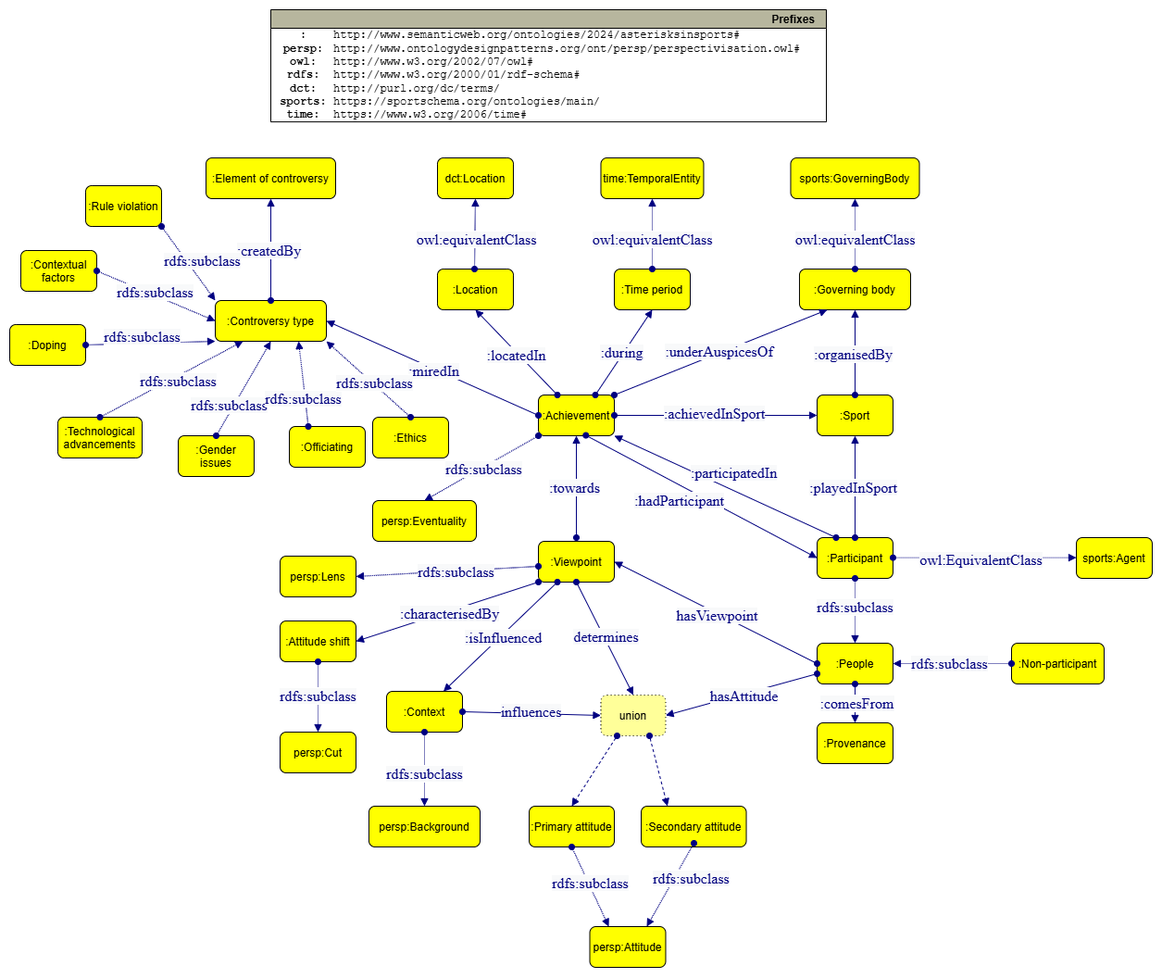
Before: img/ontologydiagram2.drawio.png, a diagram exported from draw.io (krzywonos/asterisks-in-sports). Source tidied: cells renumbered, new cells last; positions are measured from the earlier drawing's top-left corner, leaving out a move shared by most shapes.
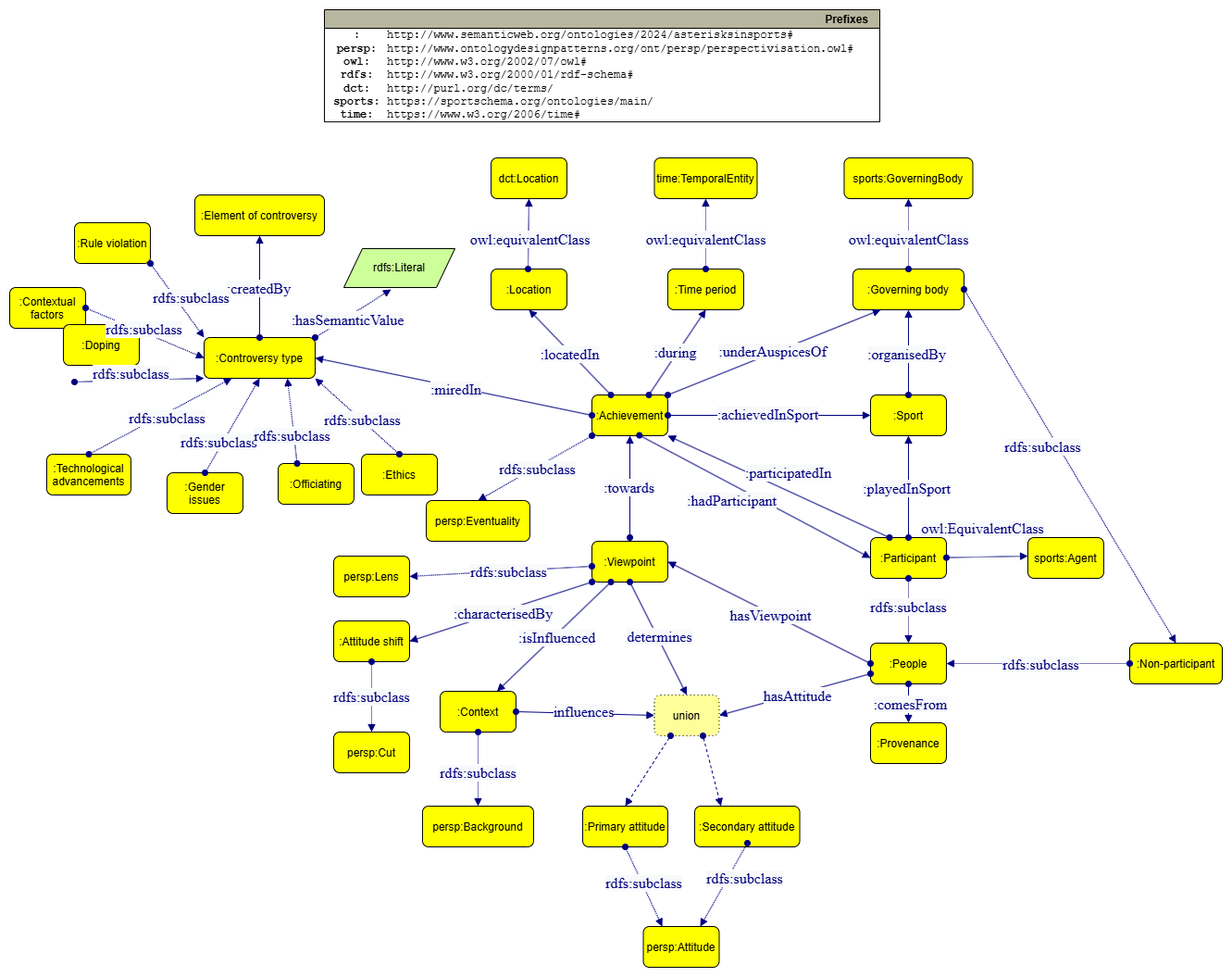
Above is the later version.

Diff of the diagram source:
```diff
@@ -3,7 +3,7 @@
     <mxCell id="0" />
     <mxCell id="1" parent="0" />
     <mxCell id="2" value=":Controversy type" style="graphMlID=n4;shape=rect;rounded=1;arcsize=30;fillColor=#ffff00;strokeColor=#000000;strokeWidth=1.0;" parent="1" vertex="1">
-      <mxGeometry x="222" y="314" width="120" height="44" as="geometry" />
+      <mxGeometry x="152" y="354" width="120" height="44" as="geometry" />
     </mxCell>
     <mxCell id="3" value=":Achievement" style="graphMlID=n4;shape=rect;rounded=1;arcsize=30;fillColor=#ffff00;strokeColor=#000000;strokeWidth=1.0;" parent="1" vertex="1">
       <mxGeometry x="571" y="416" width="82" height="44" as="geometry" />
@@ -42,13 +42,13 @@
       <mxGeometry x="872" y="770" width="82" height="44" as="geometry" />
     </mxCell>
     <mxCell id="15" value=":Non-participant" style="graphMlID=n4;shape=rect;rounded=1;arcsize=30;fillColor=#ffff00;strokeColor=#000000;strokeWidth=1.0;" parent="1" vertex="1">
-      <mxGeometry x="1082" y="684" width="100" height="44" as="geometry" />
+      <mxGeometry x="1152" y="684" width="100" height="44" as="geometry" />
     </mxCell>
     <mxCell id="16" value="sports:Agent" style="graphMlID=n4;shape=rect;rounded=1;arcsize=30;fillColor=#ffff00;strokeColor=#000000;strokeWidth=1.0;" parent="1" vertex="1">
-      <mxGeometry x="1152" y="570" width="82" height="44" as="geometry" />
+      <mxGeometry x="1042" y="570" width="82" height="44" as="geometry" />
     </mxCell>
     <mxCell id="17" value=":Element of controversy" style="graphMlID=n4;shape=rect;rounded=1;arcsize=30;fillColor=#ffff00;strokeColor=#000000;strokeWidth=1.0;" parent="1" vertex="1">
-      <mxGeometry x="212" y="160" width="140" height="44" as="geometry" />
+      <mxGeometry x="142" y="200" width="140" height="44" as="geometry" />
     </mxCell>
     <mxCell id="18" value="dct:Location" style="graphMlID=n4;shape=rect;rounded=1;arcsize=30;fillColor=#ffff00;strokeColor=#000000;strokeWidth=1.0;" parent="1" vertex="1">
       <mxGeometry x="462" y="160" width="82" height="44" as="geometry" />
@@ -57,25 +57,25 @@
       <mxGeometry x="843.5" y="160" width="139" height="44" as="geometry" />
     </mxCell>
     <mxCell id="20" value=":Rule violation" style="graphMlID=n4;shape=rect;rounded=1;arcsize=30;fillColor=#ffff00;strokeColor=#000000;strokeWidth=1.0;" parent="1" vertex="1">
-      <mxGeometry x="82" y="190" width="82" height="44" as="geometry" />
+      <mxGeometry x="12" y="230" width="82" height="44" as="geometry" />
     </mxCell>
     <mxCell id="21" value=":Contextual&#10;factors" style="graphMlID=n4;shape=rect;rounded=1;arcsize=30;fillColor=#ffff00;strokeColor=#000000;strokeWidth=1.0;" parent="1" vertex="1">
-      <mxGeometry x="12" y="260" width="82" height="44" as="geometry" />
+      <mxGeometry x="-58" y="300" width="82" height="44" as="geometry" />
     </mxCell>
     <mxCell id="22" value=":Doping" style="graphMlID=n4;shape=rect;rounded=1;arcsize=30;fillColor=#ffff00;strokeColor=#000000;strokeWidth=1.0;" parent="1" vertex="1">
       <mxGeometry y="340" width="82" height="44" as="geometry" />
     </mxCell>
     <mxCell id="23" value=":Technological&#10;advancements" style="graphMlID=n4;shape=rect;rounded=1;arcsize=30;fillColor=#ffff00;strokeColor=#000000;strokeWidth=1.0;" parent="1" vertex="1">
-      <mxGeometry x="52" y="440" width="91" height="44" as="geometry" />
+      <mxGeometry x="-18" y="480" width="91" height="44" as="geometry" />
     </mxCell>
     <mxCell id="24" value=":Gender &#10;issues" style="graphMlID=n4;shape=rect;rounded=1;arcsize=30;fillColor=#ffff00;strokeColor=#000000;strokeWidth=1.0;" parent="1" vertex="1">
-      <mxGeometry x="182" y="460" width="82" height="44" as="geometry" />
+      <mxGeometry x="112" y="500" width="82" height="44" as="geometry" />
     </mxCell>
     <mxCell id="25" value=":Officiating" style="graphMlID=n4;shape=rect;rounded=1;arcsize=30;fillColor=#ffff00;strokeColor=#000000;strokeWidth=1.0;" parent="1" vertex="1">
-      <mxGeometry x="302" y="450" width="82" height="44" as="geometry" />
+      <mxGeometry x="232" y="490" width="82" height="44" as="geometry" />
     </mxCell>
     <mxCell id="26" value=":Ethics" style="graphMlID=n4;shape=rect;rounded=1;arcsize=30;fillColor=#ffff00;strokeColor=#000000;strokeWidth=1.0;" parent="1" vertex="1">
-      <mxGeometry x="392" y="440" width="82" height="44" as="geometry" />
+      <mxGeometry x="322" y="480" width="82" height="44" as="geometry" />
     </mxCell>
     <mxCell id="27" style="graphMlID=e0;rounded=0;endArrow=block;strokeColor=#000080;strokeWidth=1.0;startArrow=oval;startFill=1;endFill=1;exitX=0.5;exitY=1;exitDx=0;exitDy=0;entryX=0.5;entryY=0;entryDx=0;entryDy=0;" parent="1" edge="1">
       <mxGeometry relative="1" as="geometry">
@@ -86,15 +86,15 @@
     <mxCell id="28" value="&lt;span style=&quot;color: rgb(0 , 0 , 128) ; font-family: &amp;#34;dialog&amp;#34; ; font-size: 16px ; background-color: rgb(248 , 249 , 250)&quot;&gt;:comesFrom&lt;/span&gt;" style="text;html=1;align=center;verticalAlign=middle;labelBackgroundColor=#ffffff;" parent="27" vertex="1">
       <mxGeometry x="-0.02" y="2" relative="1" as="geometry" />
     </mxCell>
-    <mxCell id="29" style="graphMlID=e5;rounded=0;endArrow=block;strokeColor=#000080;dashed=1;dashPattern=1 1;strokeWidth=1.0;startArrow=oval;startFill=1;endFill=1;exitX=1;exitY=0.5;exitDx=0;exitDy=0;entryX=0;entryY=0.5;entryDx=0;entryDy=0;" parent="1" edge="1">
+    <mxCell id="29" style="graphMlID=e5;rounded=0;endArrow=block;strokeColor=#000080;dashed=1;dashPattern=1 1;strokeWidth=1.0;startArrow=oval;startFill=1;endFill=1;exitX=1;exitY=0.5;exitDx=0;exitDy=0;" parent="1" edge="1">
       <mxGeometry relative="1" as="geometry">
         <mxPoint x="954" y="591.6" as="sourcePoint" />
-        <mxPoint x="1152" y="591.6" as="targetPoint" />
+        <mxPoint x="1042" y="590" as="targetPoint" />
       </mxGeometry>
     </mxCell>
     <mxCell id="30" value="&lt;font color=&quot;#000080&quot; face=&quot;dialog&quot;&gt;&lt;span style=&quot;font-size: 16px ; background-color: rgb(248 , 249 , 250)&quot;&gt;owl:EquivalentClass&lt;/span&gt;&lt;/font&gt;" style="text;html=1;align=center;verticalAlign=middle;labelBackgroundColor=#ffffff;" parent="29" vertex="1">
       <mxGeometry x="-0.14" y="-3" relative="1" as="geometry">
-        <mxPoint x="9" y="-1" as="offset" />
+        <mxPoint y="-34" as="offset" />
       </mxGeometry>
     </mxCell>
     <mxCell id="31" style="graphMlID=e5;rounded=0;endArrow=block;strokeColor=#000080;dashed=1;dashPattern=1 1;strokeWidth=1.0;startArrow=oval;startFill=1;endFill=1;exitX=0.5;exitY=1;exitDx=0;exitDy=0;entryX=0.5;entryY=0;entryDx=0;entryDy=0;" parent="1" edge="1" source="12" target="13">
@@ -219,8 +219,10 @@
         <mxPoint x="8" y="-4" as="offset" />
       </mxGeometry>
     </mxCell>
-    <mxCell id="65" style="graphMlID=e5;rounded=0;endArrow=block;strokeColor=#000080;dashed=1;dashPattern=1 1;strokeWidth=1.0;startArrow=oval;startFill=1;endFill=1;exitX=1;exitY=0.5;exitDx=0;exitDy=0;entryX=0;entryY=1;entryDx=0;entryDy=0;" parent="1" edge="1" source="22" target="2">
-      <mxGeometry relative="1" as="geometry" />
+    <mxCell id="65" style="graphMlID=e5;rounded=0;endArrow=block;strokeColor=#000080;dashed=1;dashPattern=1 1;strokeWidth=1.0;startArrow=oval;startFill=1;endFill=1;exitX=1;exitY=0.5;exitDx=0;exitDy=0;entryX=0;entryY=1;entryDx=0;entryDy=0;" parent="1" edge="1" target="2">
+      <mxGeometry relative="1" as="geometry">
+        <mxPoint x="12" y="402" as="sourcePoint" />
+      </mxGeometry>
     </mxCell>
     <mxCell id="66" value="&lt;span style=&quot;color: rgb(0 , 0 , 128) ; font-family: &amp;#34;dialog&amp;#34; ; font-size: 16px ; background-color: rgb(248 , 249 , 250)&quot;&gt;rdfs:subclass&lt;/span&gt;" style="text;html=1;align=center;verticalAlign=middle;labelBackgroundColor=#ffffff;" parent="65" vertex="1">
       <mxGeometry x="-0.14" y="-3" relative="1" as="geometry">
@@ -251,8 +253,10 @@
         <mxPoint x="-4" y="10" as="offset" />
       </mxGeometry>
     </mxCell>
-    <mxCell id="73" style="graphMlID=e5;rounded=0;endArrow=block;strokeColor=#000080;dashed=1;dashPattern=1 1;strokeWidth=1.0;startArrow=oval;startFill=1;endFill=1;entryX=1;entryY=1;entryDx=0;entryDy=0;exitX=0.5;exitY=0;exitDx=0;exitDy=0;" parent="1" edge="1" source="26" target="2">
-      <mxGeometry relative="1" as="geometry" />
+    <mxCell id="73" style="graphMlID=e5;rounded=0;endArrow=block;strokeColor=#000080;dashed=1;dashPattern=1 1;strokeWidth=1.0;startArrow=oval;startFill=1;endFill=1;entryX=1;entryY=1;entryDx=0;entryDy=0;exitX=0.5;exitY=0;exitDx=0;exitDy=0;" parent="1" edge="1" target="2">
+      <mxGeometry relative="1" as="geometry">
+        <mxPoint x="363" y="480" as="sourcePoint" />
+      </mxGeometry>
     </mxCell>
     <mxCell id="74" value="&lt;span style=&quot;color: rgb(0 , 0 , 128) ; font-family: &amp;#34;dialog&amp;#34; ; font-size: 16px ; background-color: rgb(248 , 249 , 250)&quot;&gt;rdfs:subclass&lt;/span&gt;" style="text;html=1;align=center;verticalAlign=middle;labelBackgroundColor=#ffffff;" parent="73" vertex="1">
       <mxGeometry x="-0.14" y="-3" relative="1" as="geometry">
@@ -396,5 +400,24 @@
         <mxPoint x="21" as="offset" />
       </mxGeometry>
     </mxCell>
+    <mxCell id="114" style="graphMlID=e5;rounded=0;endArrow=block;strokeColor=#000080;dashed=1;dashPattern=1 1;strokeWidth=1.0;startArrow=oval;startFill=1;endFill=1;entryX=0.5;entryY=0;entryDx=0;entryDy=0;exitX=1;exitY=0.5;exitDx=0;exitDy=0;" parent="1" edge="1" source="11" target="15">
+      <mxGeometry relative="1" as="geometry" />
+    </mxCell>
+    <mxCell id="115" value="&lt;span style=&quot;color: rgb(0 , 0 , 128) ; font-family: &amp;#34;dialog&amp;#34; ; font-size: 16px ; background-color: rgb(248 , 249 , 250)&quot;&gt;rdfs:subclass&lt;/span&gt;" style="text;html=1;align=center;verticalAlign=middle;labelBackgroundColor=#ffffff;" parent="114" vertex="1">
+      <mxGeometry x="-0.14" y="-3" relative="1" as="geometry">
+        <mxPoint x="-12" y="3" as="offset" />
+      </mxGeometry>
+    </mxCell>
+    <mxCell id="116" value="rdfs:Literal" style="shape=parallelogram;perimeter=parallelogramPerimeter;whiteSpace=wrap;html=1;fixedSize=1;fillColor=#CCFF99;" parent="1" vertex="1">
+      <mxGeometry x="303" y="258" width="120" height="42" as="geometry" />
+    </mxCell>
+    <mxCell id="117" style="graphMlID=e5;rounded=0;endArrow=block;strokeColor=#000080;dashed=1;dashPattern=1 1;strokeWidth=1.0;startArrow=oval;startFill=1;endFill=1;entryX=0.425;entryY=1.048;entryDx=0;entryDy=0;exitX=1;exitY=0;exitDx=0;exitDy=0;entryPerimeter=0;" parent="1" edge="1" source="2" target="116">
+      <mxGeometry relative="1" as="geometry" />
+    </mxCell>
+    <mxCell id="118" value="&lt;span style=&quot;color: rgb(0 , 0 , 128) ; font-family: &amp;quot;dialog&amp;quot; ; font-size: 16px ; background-color: rgb(248 , 249 , 250)&quot;&gt;:hasSemanticValue&lt;/span&gt;" style="text;html=1;align=center;verticalAlign=middle;labelBackgroundColor=#ffffff;" parent="117" vertex="1">
+      <mxGeometry x="-0.14" y="-3" relative="1" as="geometry">
+        <mxPoint x="-3" as="offset" />
+      </mxGeometry>
+    </mxCell>
   </root>
 </mxGraphModel>
```
